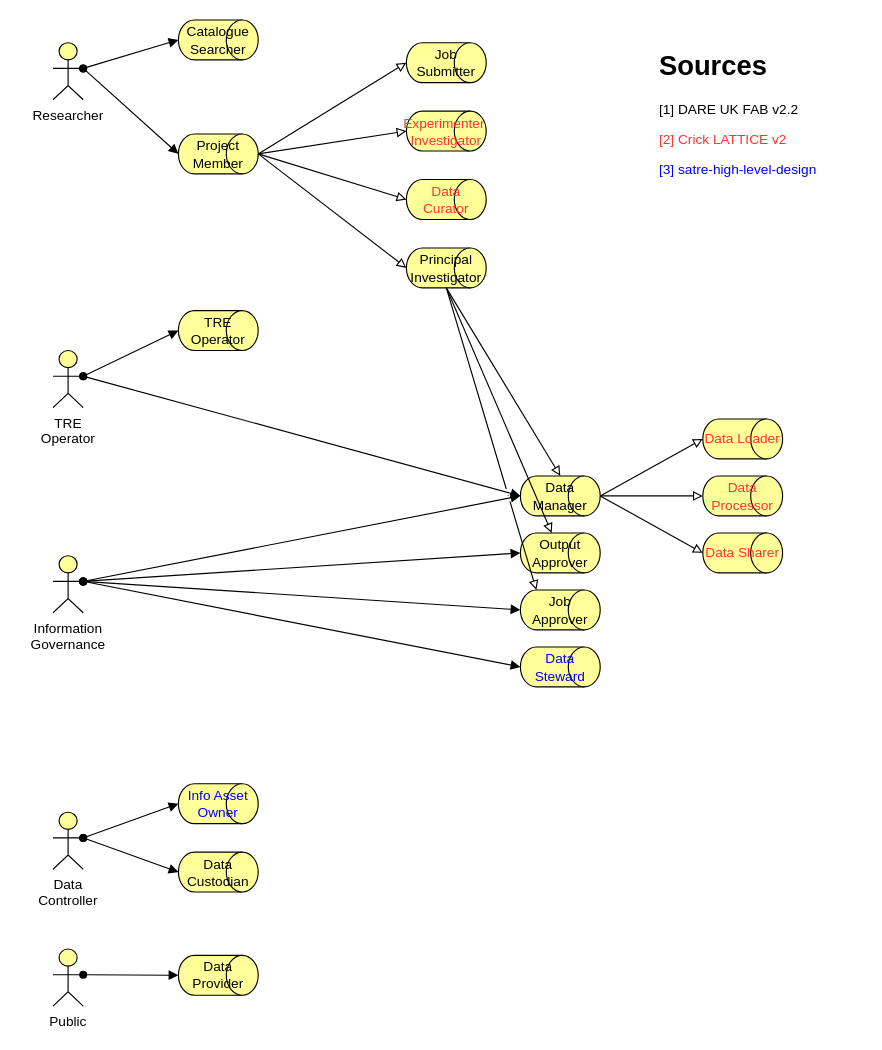
sa-tre/satre-high-level-design keeps this draw.io diagram as page "Page-1" (1 of 2) of Docs/Diagrams/TRE_Actors_Roles.drawio. Above is the earlier version. Source tidied: cells renumbered, new cells numbered last; positions are measured from the earlier drawing's top-left corner, leaving out a move shared by most shapes. Both pictures are drawn from the tidied source at 114%, with x=0, y=0 at pixel (52, 19).
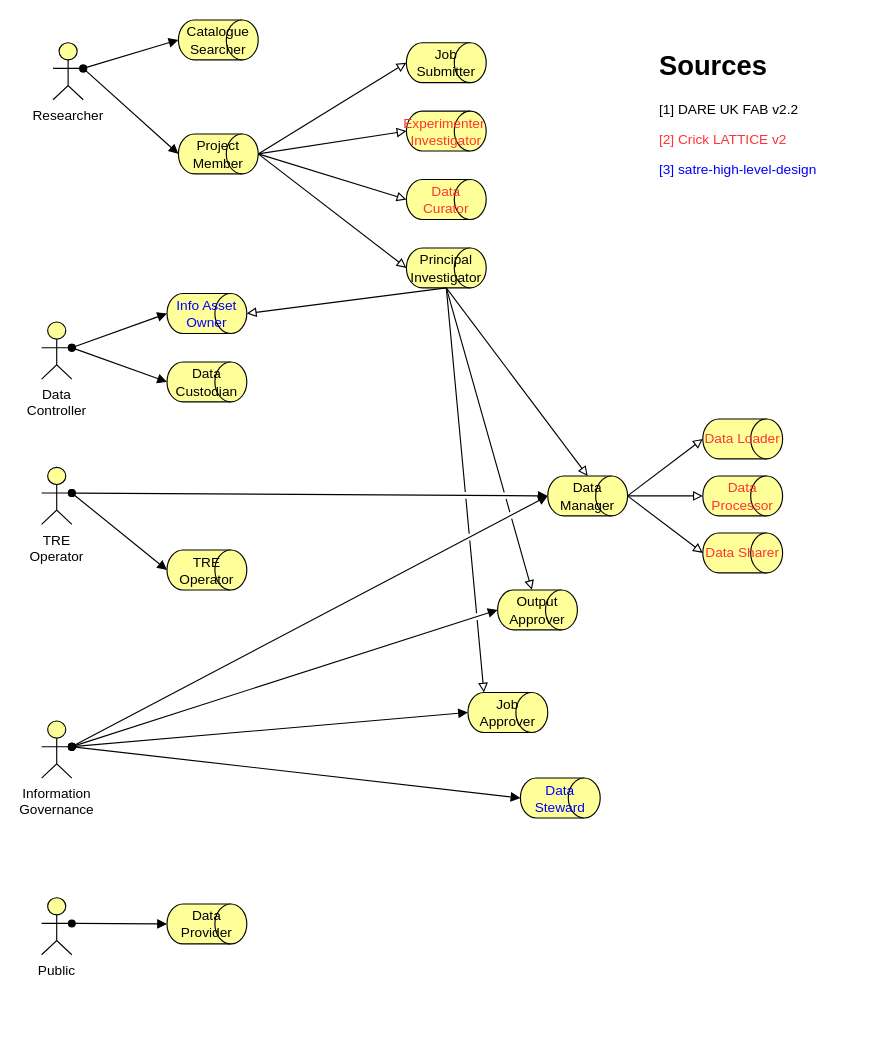
The same diagram, later.

Commit message (it also covers changes not shown here):
Association of PI to InfoAssetOwner

The change refers to these unchanged cells:
```xml
<mxCell id="5" value="Principal Investigator" style="html=1;outlineConnect=0;whiteSpace=wrap;fillColor=#ffff99;shape=mxgraph.archimate3.role;fontColor=#000000;" parent="1" vertex="1">
  <mxGeometry x="310" y="200" width="70" height="35" as="geometry" />
</mxCell>
```

The edit, as a diff of the source:
```diff
@@
     <mxCell id="8" value="Information Governance" style="html=1;outlineConnect=0;whiteSpace=wrap;fillColor=#ffff99;verticalLabelPosition=bottom;verticalAlign=top;align=center;shape=mxgraph.archimate3.actor;" parent="1" vertex="1">
-      <mxGeometry y="470" width="26.5" height="50" as="geometry" />
+      <mxGeometry x="-10" y="615" width="26.5" height="50" as="geometry" />
     </mxCell>
     <mxCell id="9" value="Output Approver" style="html=1;outlineConnect=0;whiteSpace=wrap;fillColor=#ffff99;shape=mxgraph.archimate3.role;fontColor=#000000;" parent="1" vertex="1">
-      <mxGeometry x="410" y="450" width="70" height="35" as="geometry" />
+      <mxGeometry x="390" y="500" width="70" height="35" as="geometry" />
     </mxCell>
     <mxCell id="10" value="Data Manager" style="html=1;outlineConnect=0;whiteSpace=wrap;fillColor=#ffff99;shape=mxgraph.archimate3.role;fontColor=#000000;" parent="1" vertex="1">
-      <mxGeometry x="410" y="400" width="70" height="35" as="geometry" />
+      <mxGeometry x="434" y="400" width="70" height="35" as="geometry" />
     </mxCell>
     <mxCell id="11" value="Job Approver" style="html=1;outlineConnect=0;whiteSpace=wrap;fillColor=#ffff99;shape=mxgraph.archimate3.role;fontColor=#000000;" parent="1" vertex="1">
-      <mxGeometry x="410" y="500" width="70" height="35" as="geometry" />
+      <mxGeometry x="364" y="590" width="70" height="35" as="geometry" />
     </mxCell>
     <mxCell id="12" value="Data Controller" style="html=1;outlineConnect=0;whiteSpace=wrap;fillColor=#ffff99;verticalLabelPosition=bottom;verticalAlign=top;align=center;shape=mxgraph.archimate3.actor;" parent="1" vertex="1">
-      <mxGeometry y="695" width="26.5" height="50" as="geometry" />
+      <mxGeometry x="-10" y="265" width="26.5" height="50" as="geometry" />
     </mxCell>
     <mxCell id="13" value="Data Custodian" style="html=1;outlineConnect=0;whiteSpace=wrap;fillColor=#ffff99;shape=mxgraph.archimate3.role;" parent="1" vertex="1">
-      <mxGeometry x="110" y="730" width="70" height="35" as="geometry" />
+      <mxGeometry x="100" y="300" width="70" height="35" as="geometry" />
     </mxCell>
     <mxCell id="14" value="TRE Operator" style="html=1;outlineConnect=0;whiteSpace=wrap;fillColor=#ffff99;verticalLabelPosition=bottom;verticalAlign=top;align=center;shape=mxgraph.archimate3.actor;" parent="1" vertex="1">
-      <mxGeometry y="290" width="26.5" height="50" as="geometry" />
+      <mxGeometry x="-10" y="392.5" width="26.5" height="50" as="geometry" />
     </mxCell>
     <mxCell id="15" value="TRE Operator" style="html=1;outlineConnect=0;whiteSpace=wrap;fillColor=#ffff99;shape=mxgraph.archimate3.role;fontColor=#000000;" parent="1" vertex="1">
-      <mxGeometry x="110" y="255" width="70" height="35" as="geometry" />
+      <mxGeometry x="100" y="465" width="70" height="35" as="geometry" />
     </mxCell>
     <mxCell id="16" value="Public" style="html=1;outlineConnect=0;whiteSpace=wrap;fillColor=#ffff99;verticalLabelPosition=bottom;verticalAlign=top;align=center;shape=mxgraph.archimate3.actor;" parent="1" vertex="1">
-      <mxGeometry y="815" width="26.5" height="50" as="geometry" />
+      <mxGeometry x="-10" y="770" width="26.5" height="50" as="geometry" />
     </mxCell>
     <mxCell id="17" value="Data Provider" style="html=1;outlineConnect=0;whiteSpace=wrap;fillColor=#ffff99;shape=mxgraph.archimate3.role;" parent="1" vertex="1">
-      <mxGeometry x="110" y="820.5" width="70" height="35" as="geometry" />
+      <mxGeometry x="100" y="775.5" width="70" height="35" as="geometry" />
     </mxCell>
@@
     <mxCell id="38" value="&lt;font style=&quot;color: rgb(0, 0, 255);&quot;&gt;Info Asset Owner&lt;/font&gt;" style="html=1;outlineConnect=0;whiteSpace=wrap;fillColor=#ffff99;shape=mxgraph.archimate3.role;" parent="1" vertex="1">
-      <mxGeometry x="110" y="670" width="70" height="35" as="geometry" />
+      <mxGeometry x="100" y="240" width="70" height="35" as="geometry" />
     </mxCell>
@@
     <mxCell id="40" value="&lt;font style=&quot;color: rgb(0, 0, 255);&quot;&gt;Data Steward&lt;/font&gt;" style="html=1;outlineConnect=0;whiteSpace=wrap;fillColor=#ffff99;shape=mxgraph.archimate3.role;fontColor=#000000;" parent="1" vertex="1">
-      <mxGeometry x="410" y="550" width="70" height="35" as="geometry" />
+      <mxGeometry x="410" y="665" width="70" height="35" as="geometry" />
     </mxCell>
@@
+    <mxCell id="46" style="endArrow=block;html=1;endFill=0;elbow=vertical;rounded=0;exitX=0.5;exitY=1;exitDx=0;exitDy=0;exitPerimeter=0;entryX=1;entryY=0.5;entryDx=0;entryDy=0;entryPerimeter=0;fontColor=#000000;jumpStyle=gap;" parent="1" edge="1" source="5" target="38">
+      <mxGeometry relative="1" as="geometry" />
+    </mxCell>
```
